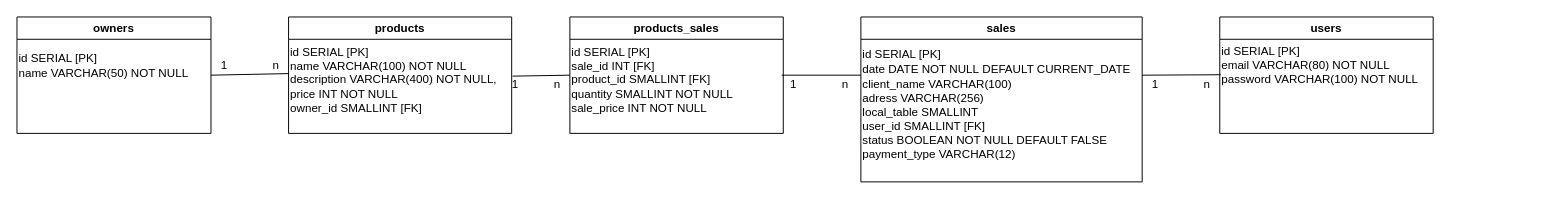
Above: Diagrama BD.drawio in rafaelescobars/Proyecto_Full_Stack (draw.io), before the change. Source tidied: cells renumbered, new cells numbered last; positions are measured from the earlier drawing's top-left corner, leaving out a move shared by most shapes. Both pictures are drawn from the tidied source at 97%, with x=0, y=0 at pixel (16, 16).
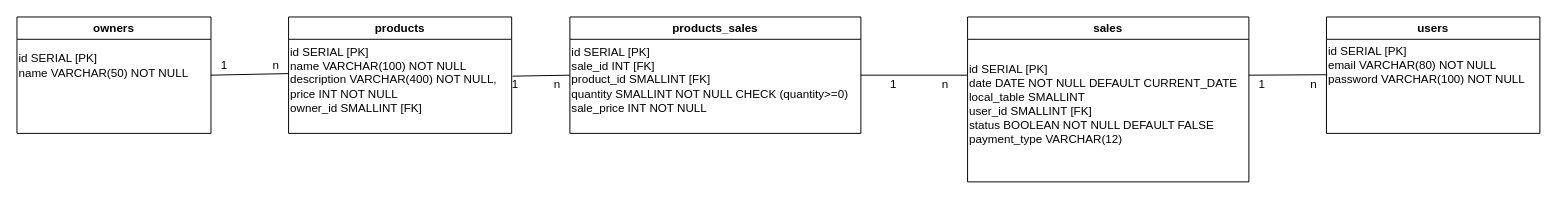
Above is the later version.

The change refers to these unchanged cells:
```xml
<mxCell id="17" value="id SERIAL [PK]&lt;br&gt;email VARCHAR(80) NOT NULL&lt;br&gt;password VARCHAR(100) NOT NULL" style="text;html=1;align=left;verticalAlign=middle;points=[];strokeColor=none;fillColor=none;" parent="16" vertex="1">
  <mxGeometry y="25" width="220" height="50" as="geometry" />
</mxCell>
```

Change to the diagram source:
```diff
@@
     <mxCell id="6" value="products_sales" style="swimlane;fillColor=none;" parent="1" vertex="1">
-      <mxGeometry x="570" width="220" height="120" as="geometry" />
+      <mxGeometry x="570" width="300" height="120" as="geometry" />
     </mxCell>
-    <mxCell id="7" value="id SERIAL [PK]&lt;br&gt;sale_id INT [FK]&lt;br&gt;product_id SMALLINT [FK]&lt;br&gt;quantity SMALLINT NOT NULL&lt;br&gt;sale_price INT NOT NULL" style="text;html=1;align=left;verticalAlign=middle;strokeColor=none;fillColor=none;" parent="6" vertex="1">
-      <mxGeometry y="30" width="180" height="70" as="geometry" />
+    <mxCell id="7" value="id SERIAL [PK]&lt;br&gt;sale_id INT [FK]&lt;br&gt;product_id SMALLINT [FK]&lt;br&gt;quantity SMALLINT NOT NULL CHECK (quantity&amp;gt;=0)&lt;br&gt;sale_price INT NOT NULL" style="text;html=1;align=left;verticalAlign=middle;strokeColor=none;fillColor=none;" parent="6" vertex="1">
+      <mxGeometry y="25" width="300" height="80" as="geometry" />
     </mxCell>
     <mxCell id="8" value="sales" style="swimlane;fillColor=none;" parent="1" vertex="1">
-      <mxGeometry x="870" width="290" height="170" as="geometry" />
+      <mxGeometry x="980" width="290" height="170" as="geometry" />
     </mxCell>
-    <mxCell id="9" value="id SERIAL [PK]&lt;br&gt;date DATE NOT NULL&amp;nbsp;DEFAULT CURRENT_DATE&lt;span style=&quot;background-color: rgb(40 , 42 , 54) ; color: rgb(248 , 248 , 242) ; font-family: &amp;#34;consolas&amp;#34; , &amp;#34;courier new&amp;#34; , monospace ; font-size: 14px&quot;&gt;&lt;br&gt;&lt;/span&gt;client_name VARCHAR(100)&lt;br&gt;adress VARCHAR(256)&lt;br&gt;local_table SMALLINT&lt;br&gt;user_id SMALLINT [FK]&lt;br&gt;status BOOLEAN NOT NULL DEFAULT FALSE&lt;br&gt;payment_type VARCHAR(12)" style="text;html=1;align=left;verticalAlign=middle;strokeColor=none;fillColor=none;" parent="8" vertex="1">
-      <mxGeometry y="30" width="290" height="120" as="geometry" />
+    <mxCell id="9" value="id SERIAL [PK]&lt;br&gt;date DATE NOT NULL&amp;nbsp;DEFAULT CURRENT_DATE&lt;br&gt;local_table SMALLINT&lt;br&gt;user_id SMALLINT [FK]&lt;br&gt;status BOOLEAN NOT NULL DEFAULT FALSE&lt;br&gt;payment_type VARCHAR(12)" style="text;html=1;align=left;verticalAlign=middle;strokeColor=none;fillColor=none;" parent="8" vertex="1">
+      <mxGeometry y="45" width="290" height="90" as="geometry" />
     </mxCell>
@@
-    <mxCell id="12" style="endArrow=none;html=1;rounded=0;exitX=0.018;exitY=0;exitDx=0;exitDy=0;exitPerimeter=0;" parent="1" edge="1" source="15">
+    <mxCell id="12" style="endArrow=none;html=1;rounded=0;" parent="1" edge="1">
       <mxGeometry relative="1" as="geometry">
+        <mxPoint x="980" y="60" as="sourcePoint" />
         <mxPoint x="870" y="60" as="targetPoint" />
       </mxGeometry>
     </mxCell>
@@
     <mxCell id="15" value="1&lt;span style=&quot;white-space: pre&quot;&gt;&#9;&lt;/span&gt;&lt;span style=&quot;white-space: pre&quot;&gt;&#9;&lt;/span&gt;n" style="text;html=1;align=center;verticalAlign=middle;points=[];strokeColor=none;fillColor=none;" parent="1" vertex="1">
-      <mxGeometry x="787" y="60" width="80" height="20" as="geometry" />
+      <mxGeometry x="890" y="60" width="80" height="20" as="geometry" />
     </mxCell>
     <mxCell id="16" value="users" style="swimlane;fillColor=none;" parent="1" vertex="1">
-      <mxGeometry x="1240" width="220" height="120" as="geometry" />
+      <mxGeometry x="1350" width="220" height="120" as="geometry" />
     </mxCell>
@@
     <mxCell id="18" value="1&lt;span style=&quot;white-space: pre&quot;&gt;&#9;&lt;/span&gt;&lt;span style=&quot;white-space: pre&quot;&gt;&#9;&lt;/span&gt;n" style="text;html=1;align=center;verticalAlign=middle;strokeColor=none;fillColor=none;" parent="1" vertex="1">
-      <mxGeometry x="1160" y="60" width="80" height="20" as="geometry" />
+      <mxGeometry x="1270" y="60" width="80" height="20" as="geometry" />
     </mxCell>
     <mxCell id="19" style="endArrow=none;html=1;rounded=0;entryX=0.004;entryY=0.691;entryDx=0;entryDy=0;entryPerimeter=0;" parent="1" edge="1" target="17">
       <mxGeometry relative="1" as="geometry">
-        <mxPoint x="1160" y="60" as="sourcePoint" />
+        <mxPoint x="1270" y="60" as="sourcePoint" />
       </mxGeometry>
     </mxCell>
```
